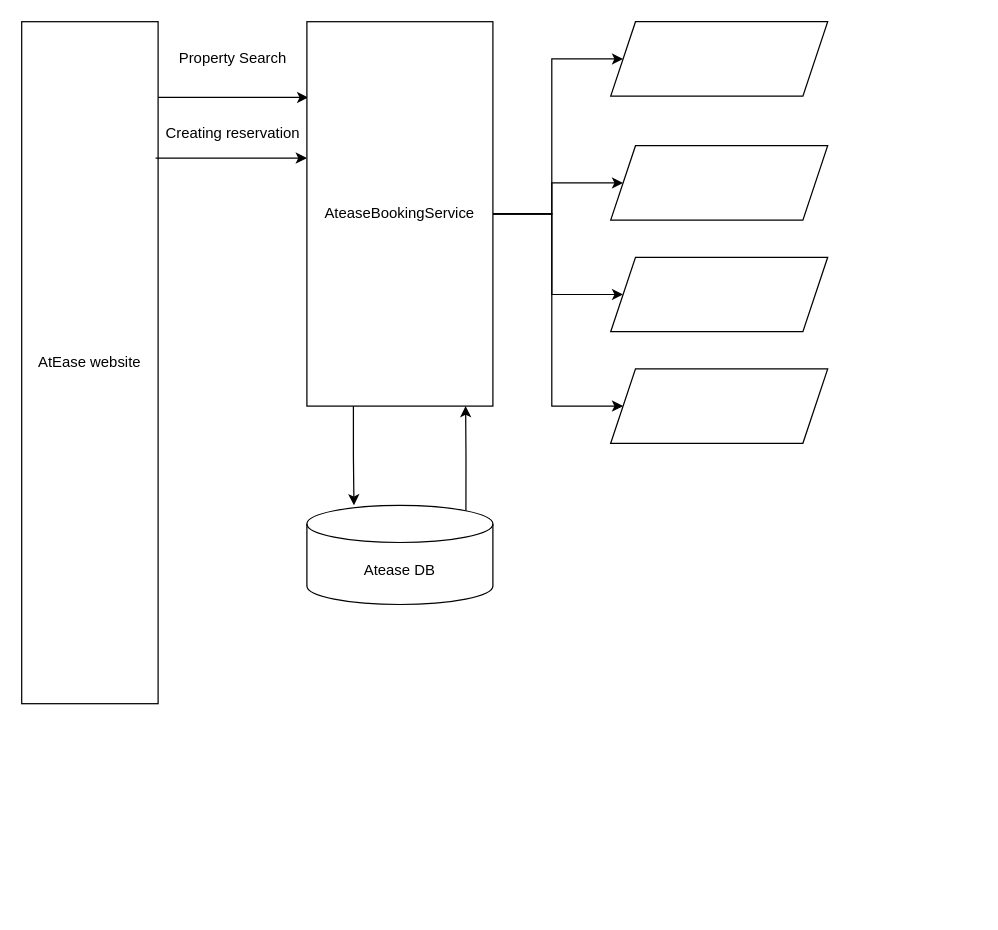
Before: SystemFlow/Untitled Diagram.drawio in FaiyazApp/flow, a draw.io diagram. Source tidied: cells renumbered, new cells numbered last; positions are measured from the earlier drawing's top-left corner, leaving out a move shared by most shapes. Both pictures are drawn from the tidied source at 124%, with x=0, y=0 at pixel (21, 21).
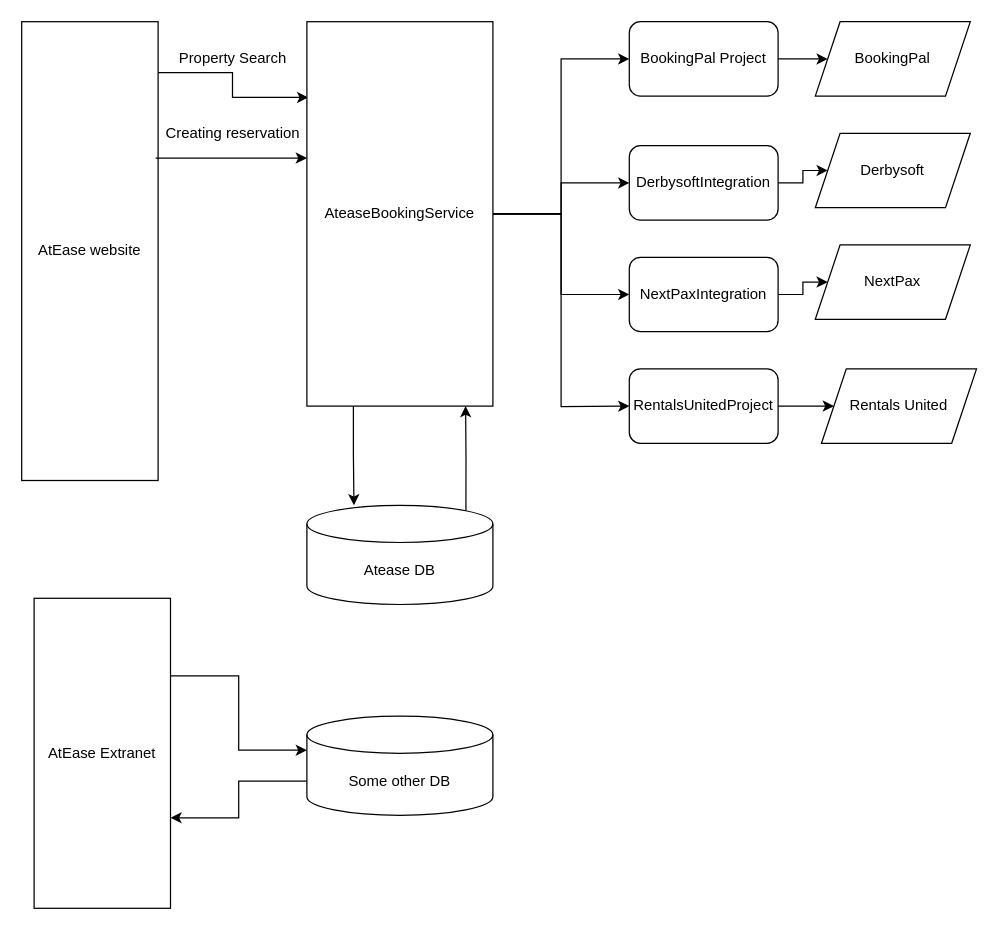
Above is the later version.

Unchanged cells that the change refers to:
```xml
<mxCell id="10" value="&lt;span&gt;AteaseBookingService&lt;/span&gt;" style="rounded=0;whiteSpace=wrap;html=1;direction=south;" parent="1" vertex="1">
  <mxGeometry x="230" width="150" height="310" as="geometry" />
</mxCell>
```

Diff of the diagram source:
```diff
@@
     <mxCell id="4" value="&lt;span&gt;AtEase website&lt;/span&gt;" style="rounded=0;whiteSpace=wrap;html=1;direction=south;" parent="1" vertex="1">
-      <mxGeometry width="110" height="550" as="geometry" />
+      <mxGeometry width="110" height="370" as="geometry" />
     </mxCell>
@@
-    <mxCell id="6" style="edgeStyle=orthogonalEdgeStyle;rounded=0;jettySize=auto;html=1;" parent="1" edge="1" source="10" target="15">
+    <mxCell id="6" style="edgeStyle=orthogonalEdgeStyle;rounded=0;jettySize=auto;html=1;entryX=0;entryY=0.5;entryDx=0;entryDy=0;" parent="1" edge="1" source="10" target="28">
       <mxGeometry relative="1" as="geometry" />
     </mxCell>
-    <mxCell id="7" style="edgeStyle=orthogonalEdgeStyle;rounded=0;jettySize=auto;html=1;" parent="1" edge="1" source="10" target="16">
+    <mxCell id="7" style="edgeStyle=orthogonalEdgeStyle;rounded=0;jettySize=auto;html=1;entryX=0;entryY=0.5;entryDx=0;entryDy=0;" parent="1" edge="1" source="10" target="30">
       <mxGeometry relative="1" as="geometry" />
     </mxCell>
-    <mxCell id="8" style="edgeStyle=orthogonalEdgeStyle;rounded=0;jettySize=auto;html=1;entryX=0;entryY=0.5;entryDx=0;entryDy=0;" parent="1" edge="1" source="10" target="17">
+    <mxCell id="8" style="edgeStyle=orthogonalEdgeStyle;rounded=0;jettySize=auto;html=1;entryX=0;entryY=0.5;entryDx=0;entryDy=0;" parent="1" edge="1" source="10" target="32">
       <mxGeometry relative="1" as="geometry" />
     </mxCell>
-    <mxCell id="9" style="edgeStyle=orthogonalEdgeStyle;rounded=0;jettySize=auto;html=1;" parent="1" edge="1" source="10" target="18">
-      <mxGeometry relative="1" as="geometry" />
+    <mxCell id="9" style="edgeStyle=orthogonalEdgeStyle;rounded=0;jettySize=auto;html=1;" parent="1" edge="1" source="10">
+      <mxGeometry relative="1" as="geometry">
+        <mxPoint x="490" y="310" as="targetPoint" />
+      </mxGeometry>
     </mxCell>
@@
-    <mxCell id="15" style="shape=parallelogram;perimeter=parallelogramPerimeter;whiteSpace=wrap;html=1;fixedSize=1;rounded=0;" parent="1" vertex="1">
-      <mxGeometry x="475" width="175" height="60" as="geometry" />
-    </mxCell>
-    <mxCell id="16" style="shape=parallelogram;perimeter=parallelogramPerimeter;whiteSpace=wrap;html=1;fixedSize=1;rounded=0;" parent="1" vertex="1">
-      <mxGeometry x="475" y="100" width="175" height="60" as="geometry" />
-    </mxCell>
-    <mxCell id="17" style="shape=parallelogram;perimeter=parallelogramPerimeter;whiteSpace=wrap;html=1;fixedSize=1;rounded=0;" parent="1" vertex="1">
-      <mxGeometry x="475" y="190" width="175" height="60" as="geometry" />
-    </mxCell>
-    <mxCell id="18" style="shape=parallelogram;perimeter=parallelogramPerimeter;whiteSpace=wrap;html=1;fixedSize=1;rounded=0;" parent="1" vertex="1">
-      <mxGeometry x="475" y="280" width="175" height="60" as="geometry" />
-    </mxCell>
+    <mxCell id="19" style="edgeStyle=orthogonalEdgeStyle;rounded=0;jettySize=auto;html=1;exitX=0.25;exitY=0;exitDx=0;exitDy=0;entryX=0;entryY=0;entryDx=0;entryDy=27.5;entryPerimeter=0;" parent="1" edge="1" source="20" target="22">
+      <mxGeometry relative="1" as="geometry" />
+    </mxCell>
+    <mxCell id="20" value="&lt;span&gt;AtEase Extranet&lt;/span&gt;" style="rounded=0;whiteSpace=wrap;html=1;direction=south;" parent="1" vertex="1">
+      <mxGeometry x="10" y="465" width="110" height="250" as="geometry" />
+    </mxCell>
+    <mxCell id="21" style="edgeStyle=orthogonalEdgeStyle;rounded=0;jettySize=auto;html=1;exitX=0;exitY=0;exitDx=0;exitDy=52.5;exitPerimeter=0;entryX=0.708;entryY=0;entryDx=0;entryDy=0;entryPerimeter=0;" parent="1" edge="1" source="22" target="20">
+      <mxGeometry relative="1" as="geometry" />
+    </mxCell>
+    <mxCell id="22" value="Some other DB" style="shape=cylinder3;whiteSpace=wrap;html=1;boundedLbl=1;backgroundOutline=1;size=15;" parent="1" vertex="1">
+      <mxGeometry x="230" y="560" width="150" height="80" as="geometry" />
+    </mxCell>
+    <mxCell id="23" value="BookingPal" style="shape=parallelogram;perimeter=parallelogramPerimeter;whiteSpace=wrap;html=1;fixedSize=1;rounded=0;" parent="1" vertex="1">
+      <mxGeometry x="640" width="125" height="60" as="geometry" />
+    </mxCell>
+    <mxCell id="24" value="Derbysoft" style="shape=parallelogram;perimeter=parallelogramPerimeter;whiteSpace=wrap;html=1;fixedSize=1;rounded=0;" parent="1" vertex="1">
+      <mxGeometry x="640" y="90" width="125" height="60" as="geometry" />
+    </mxCell>
+    <mxCell id="25" value="NextPax" style="shape=parallelogram;perimeter=parallelogramPerimeter;whiteSpace=wrap;html=1;fixedSize=1;rounded=0;" parent="1" vertex="1">
+      <mxGeometry x="640" y="180" width="125" height="60" as="geometry" />
+    </mxCell>
+    <mxCell id="26" value="Rentals United" style="shape=parallelogram;perimeter=parallelogramPerimeter;whiteSpace=wrap;html=1;fixedSize=1;rounded=0;" parent="1" vertex="1">
+      <mxGeometry x="645" y="280" width="125" height="60" as="geometry" />
+    </mxCell>
+    <mxCell id="27" style="edgeStyle=orthogonalEdgeStyle;rounded=0;jettySize=auto;html=1;" parent="1" edge="1" source="28" target="23">
+      <mxGeometry relative="1" as="geometry" />
+    </mxCell>
+    <mxCell id="28" value="BookingPal Project" style="rounded=1;whiteSpace=wrap;html=1;" parent="1" vertex="1">
+      <mxGeometry x="490" width="120" height="60" as="geometry" />
+    </mxCell>
+    <mxCell id="29" style="edgeStyle=orthogonalEdgeStyle;rounded=0;jettySize=auto;html=1;" parent="1" edge="1" source="30" target="24">
+      <mxGeometry relative="1" as="geometry" />
+    </mxCell>
+    <mxCell id="30" value="DerbysoftIntegration" style="rounded=1;whiteSpace=wrap;html=1;" parent="1" vertex="1">
+      <mxGeometry x="490" y="100" width="120" height="60" as="geometry" />
+    </mxCell>
+    <mxCell id="31" style="edgeStyle=orthogonalEdgeStyle;rounded=0;jettySize=auto;html=1;" parent="1" edge="1" source="32" target="25">
+      <mxGeometry relative="1" as="geometry" />
+    </mxCell>
+    <mxCell id="32" value="NextPaxIntegration" style="rounded=1;whiteSpace=wrap;html=1;" parent="1" vertex="1">
+      <mxGeometry x="490" y="190" width="120" height="60" as="geometry" />
+    </mxCell>
+    <mxCell id="33" style="edgeStyle=orthogonalEdgeStyle;rounded=0;jettySize=auto;html=1;" parent="1" edge="1" source="34" target="26">
+      <mxGeometry relative="1" as="geometry" />
+    </mxCell>
+    <mxCell id="34" value="RentalsUnitedProject" style="rounded=1;whiteSpace=wrap;html=1;" parent="1" vertex="1">
+      <mxGeometry x="490" y="280" width="120" height="60" as="geometry" />
+    </mxCell>
```
